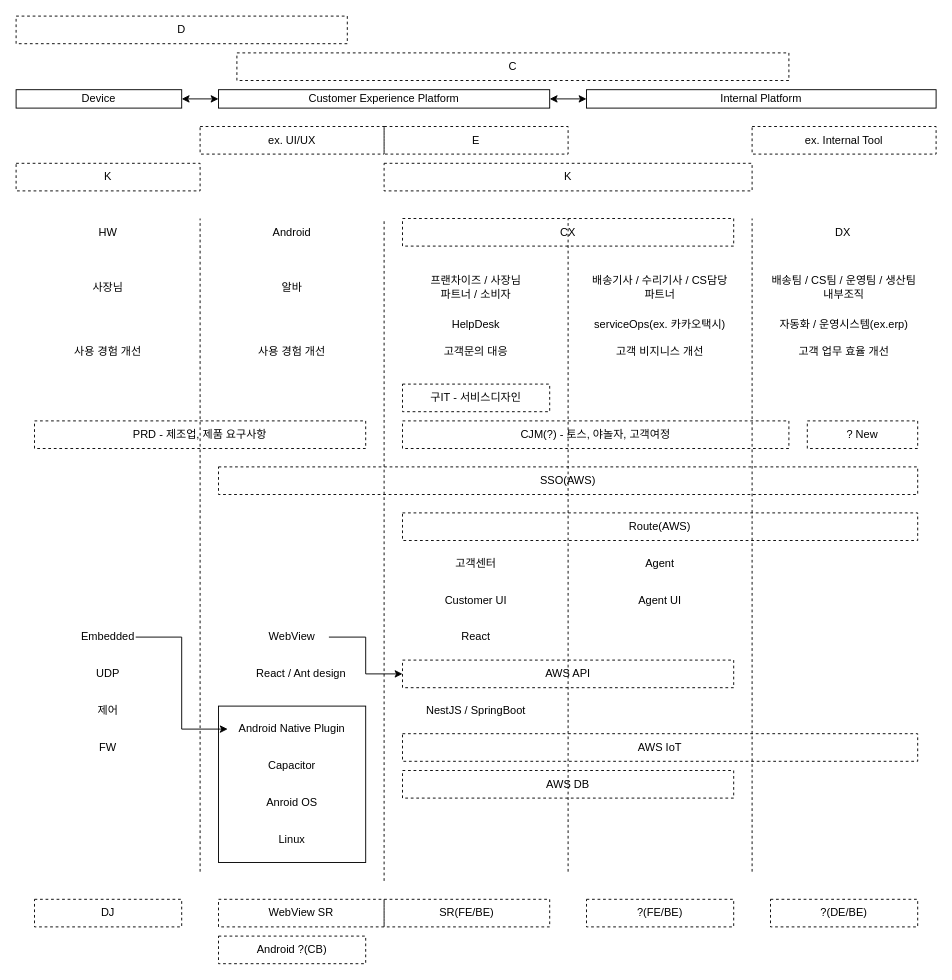
This is 제목 없는 다이어그램.drawio from devchan64/note, a draw.io file, before an edit. Source tidied: cells renumbered, new cells numbered last; positions are measured from the earlier drawing's top-left corner, leaving out a move shared by most shapes. Both pictures are drawn from the tidied source at 92%, with x=0, y=0 at pixel (16, 16).
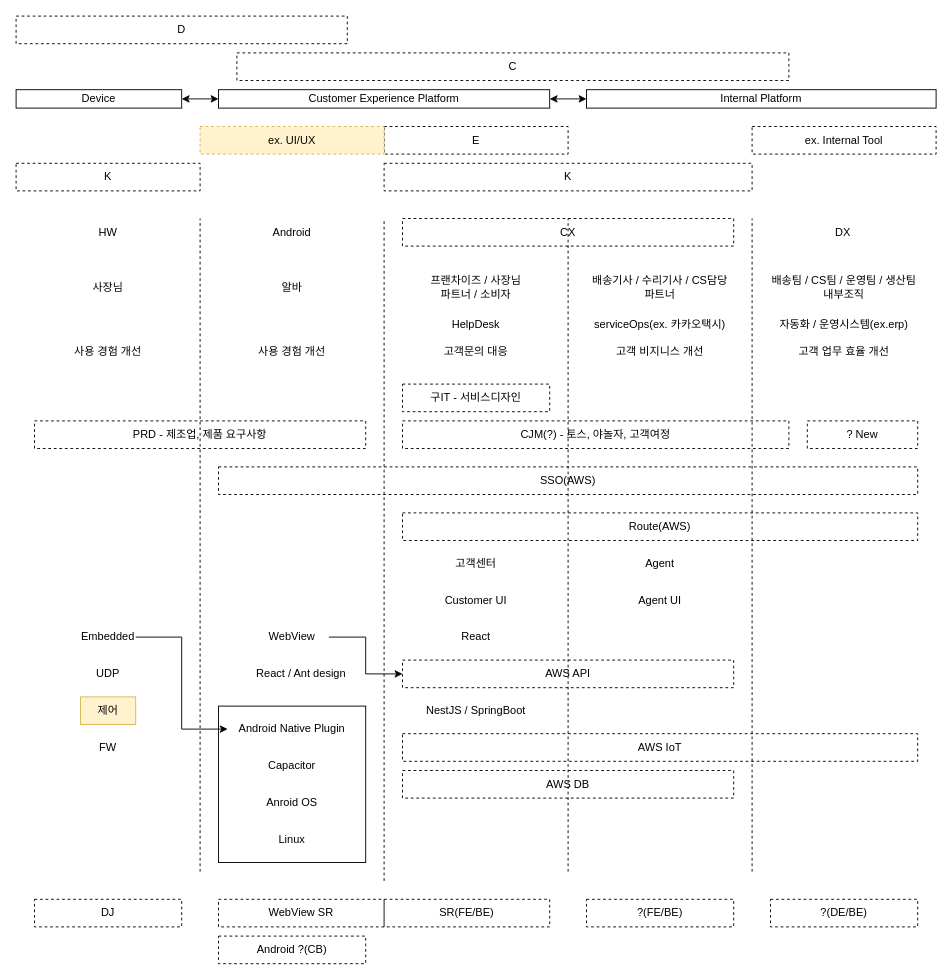
The same diagram, later.

Commit message:
제목 없는 다이어그램.drawio 업데이트

Diff of the diagram source:
```diff
@@
-    <mxCell id="33" value="제어" style="text;html=1;align=center;verticalAlign=middle;whiteSpace=wrap;rounded=0;" parent="1" vertex="1">
+    <mxCell id="33" value="제어" style="text;html=1;align=center;verticalAlign=middle;whiteSpace=wrap;rounded=0;fillColor=#fff2cc;strokeColor=#d6b656;" parent="1" vertex="1">
       <mxGeometry x="70" y="740" width="60" height="30" as="geometry" />
     </mxCell>
@@
-    <mxCell id="60" value="ex. UI/UX" style="text;html=1;align=center;verticalAlign=middle;whiteSpace=wrap;rounded=0;dashed=1;strokeColor=default;" parent="1" vertex="1">
+    <mxCell id="60" value="ex. UI/UX" style="text;html=1;align=center;verticalAlign=middle;whiteSpace=wrap;rounded=0;dashed=1;strokeColor=#d6b656;fillColor=#fff2cc;" parent="1" vertex="1">
       <mxGeometry x="200" y="120" width="200" height="30" as="geometry" />
     </mxCell>
```
